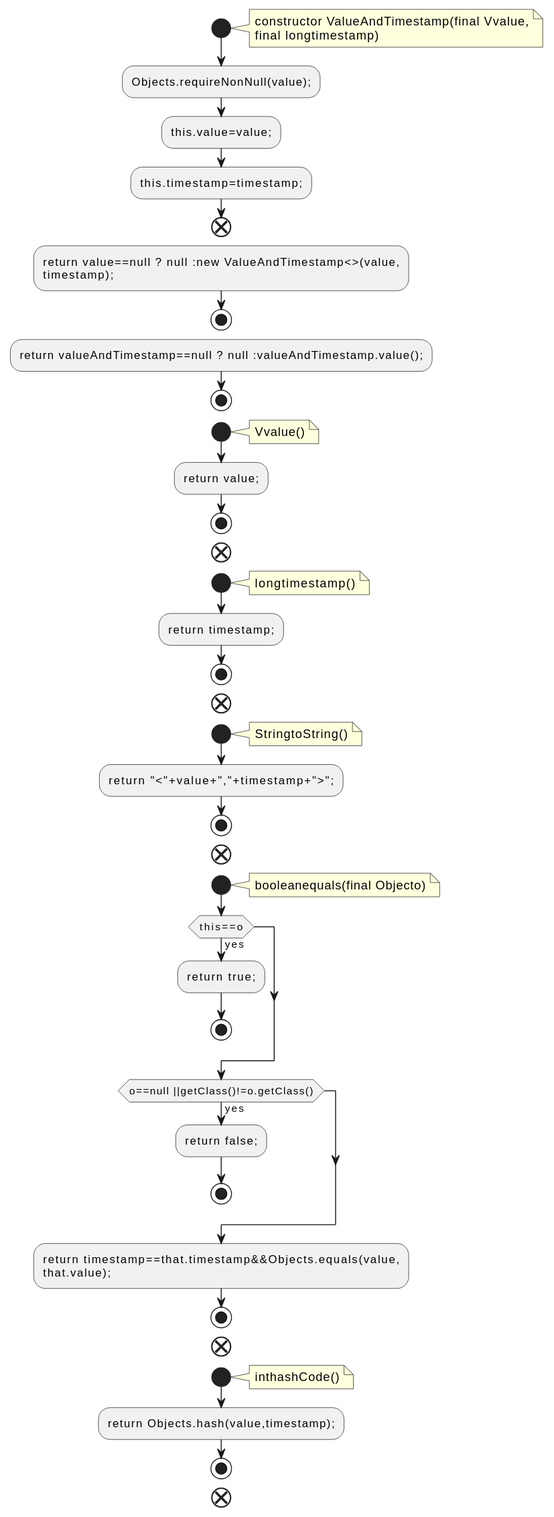
Before: docs/qc/streams/src/main/java/org/apache/kafka/streams/state/ValueAndTimestamp.java.fct.svg, a diagram exported from PlantUML (qualitesys/kafka).
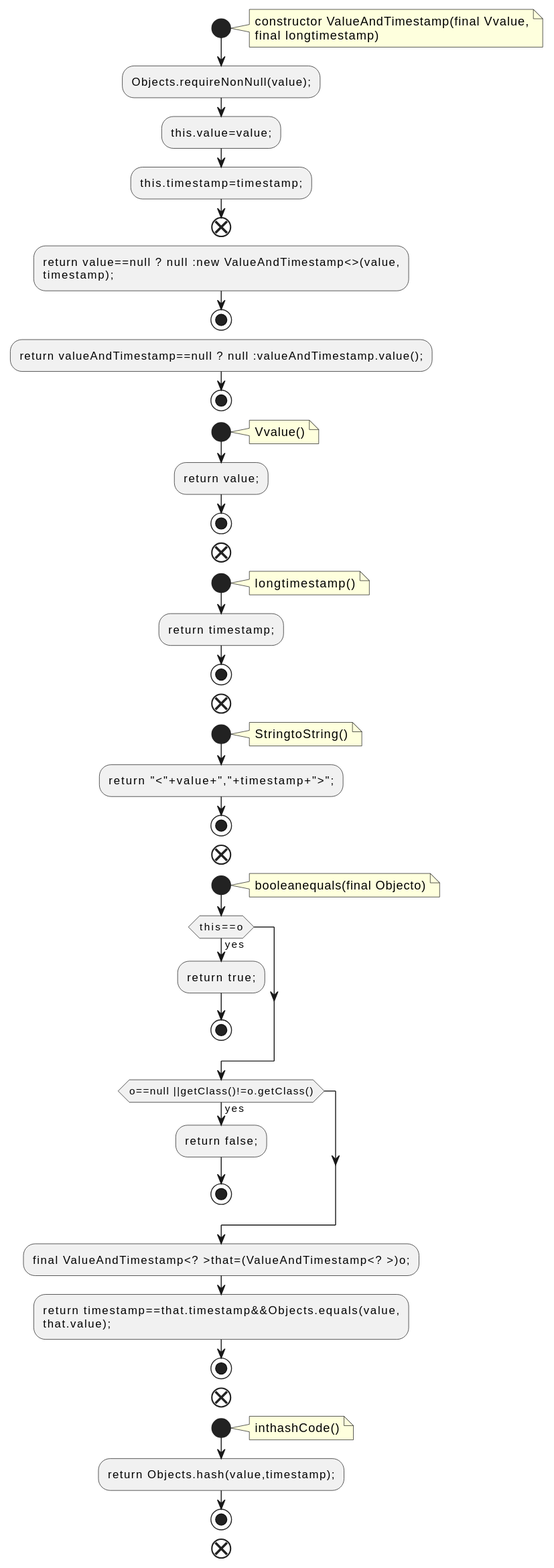
Later version of the same file.

What changed in the source:
```diff
@@ -47,6 +47,7 @@
 :return false;;
 stop
 endif
+:final ValueAndTimestamp<? >that=(ValueAndTimestamp<? >)o;;
 :return timestamp==that.timestamp&&Objects.equals(value,
 that.value);;
 stop
```
